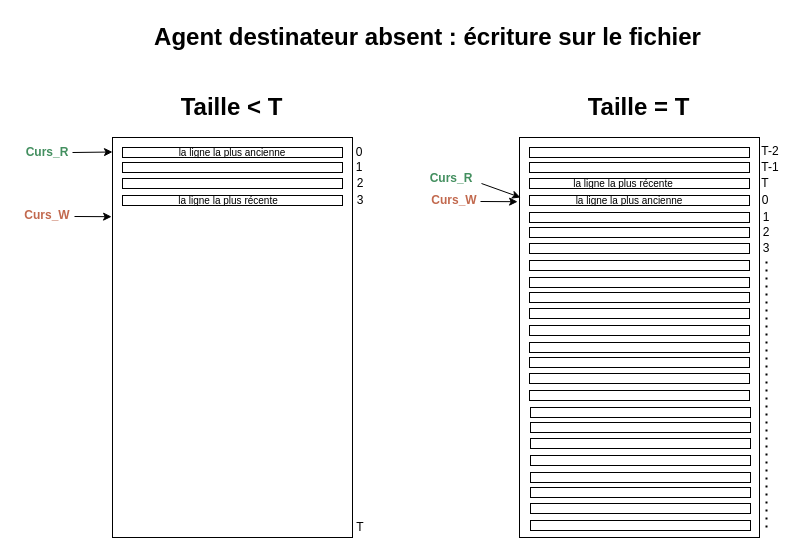
Above: page "Page-1" (1 of 2) of Diagramme sans nom.drawio in zeroun01/git (draw.io), before the change. Source tidied: cells renumbered, new cells numbered last; positions are measured from the earlier drawing's top-left corner, leaving out a move shared by most shapes. Both pictures are drawn from the tidied source at 100%, with x=0, y=0 at pixel (17, 17).
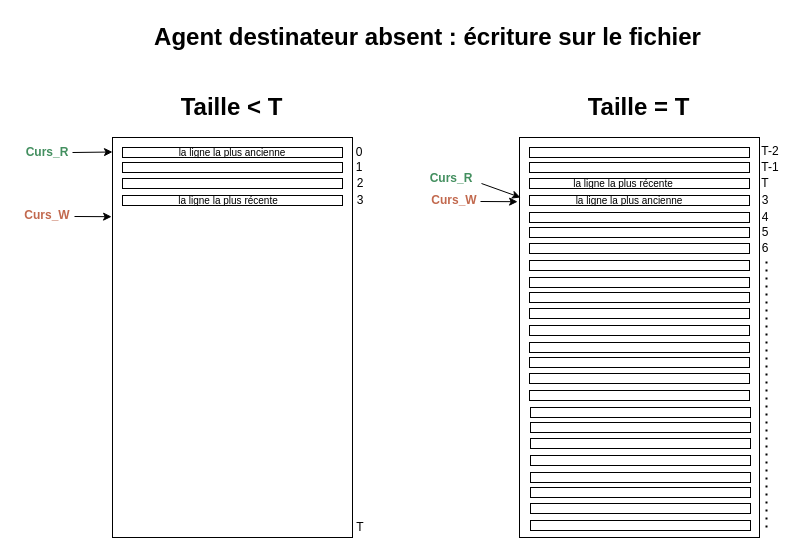
The same diagram, later.

Change to the diagram source:
```diff
@@
-    <mxCell id="25" value="0" style="text;html=1;align=center;verticalAlign=middle;whiteSpace=wrap;rounded=0;" parent="1" vertex="1">
+    <mxCell id="25" value="3" style="text;html=1;align=center;verticalAlign=middle;whiteSpace=wrap;rounded=0;" parent="1" vertex="1">
       <mxGeometry x="743" y="178" width="10" height="10" as="geometry" />
     </mxCell>
-    <mxCell id="26" value="1" style="text;html=1;align=center;verticalAlign=middle;whiteSpace=wrap;rounded=0;" parent="1" vertex="1">
-      <mxGeometry x="744" y="195" width="10" height="10" as="geometry" />
+    <mxCell id="26" value="4" style="text;html=1;align=center;verticalAlign=middle;whiteSpace=wrap;rounded=0;" parent="1" vertex="1">
+      <mxGeometry x="743" y="195" width="10" height="10" as="geometry" />
     </mxCell>
-    <mxCell id="27" value="2" style="text;html=1;align=center;verticalAlign=middle;whiteSpace=wrap;rounded=0;" parent="1" vertex="1">
-      <mxGeometry x="744" y="210" width="10" height="10" as="geometry" />
+    <mxCell id="27" value="5" style="text;html=1;align=center;verticalAlign=middle;whiteSpace=wrap;rounded=0;" parent="1" vertex="1">
+      <mxGeometry x="743" y="210" width="10" height="10" as="geometry" />
     </mxCell>
-    <mxCell id="28" value="3" style="text;html=1;align=center;verticalAlign=middle;whiteSpace=wrap;rounded=0;" parent="1" vertex="1">
-      <mxGeometry x="744" y="226" width="10" height="10" as="geometry" />
+    <mxCell id="28" value="6" style="text;html=1;align=center;verticalAlign=middle;whiteSpace=wrap;rounded=0;" parent="1" vertex="1">
+      <mxGeometry x="743" y="226" width="10" height="10" as="geometry" />
     </mxCell>
```
